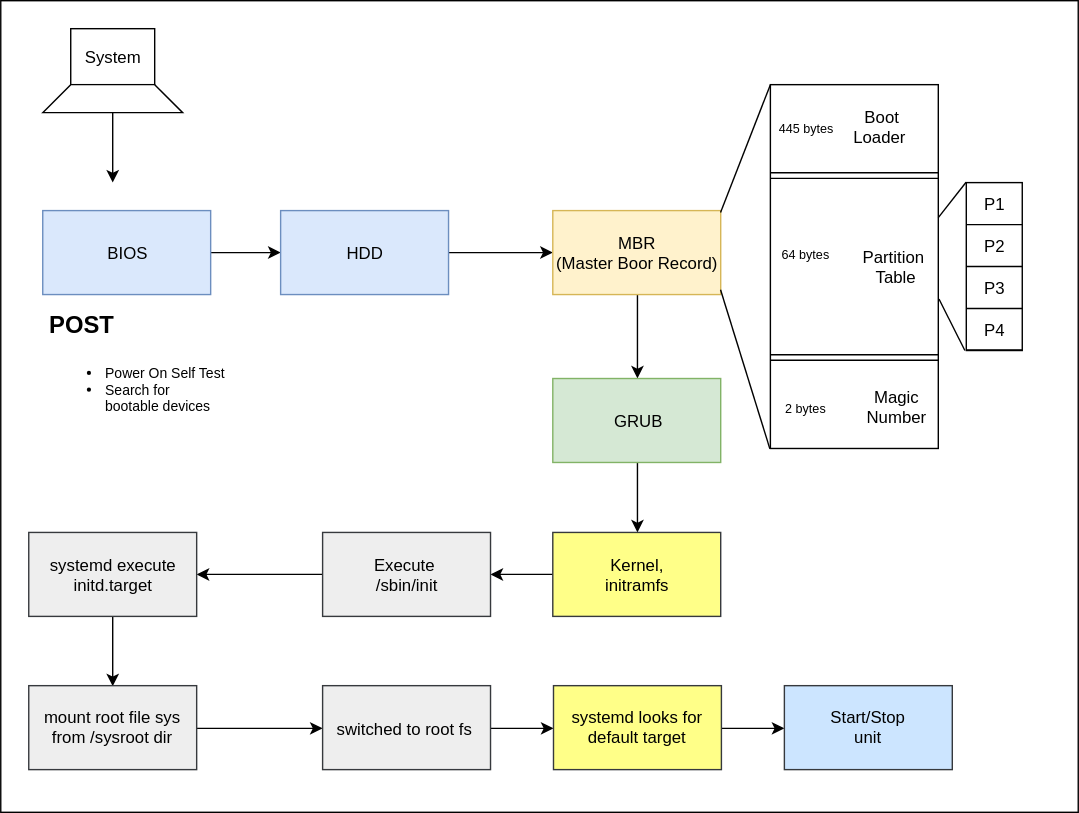
This is src/linux/booting/booting.drawio.svg from ramdevcm/mypreps, a draw.io export, as it was before one commit. Source tidied: cells renumbered, new cells last; positions are measured from the earlier drawing's top-left corner, leaving out a move shared by most shapes. The source it was exported from:
```xml
<mxGraphModel>
  <root>
    <mxCell id="0" />
    <mxCell id="1" parent="0" />
    <mxCell id="2" style="rounded=0;whiteSpace=wrap;html=1;align=center;" parent="1" vertex="1">
      <mxGeometry width="770" height="580" as="geometry" />
    </mxCell>
    <mxCell id="3" style="rounded=0;whiteSpace=wrap;html=1;" parent="1" vertex="1">
      <mxGeometry x="50" y="20" width="60" height="40" as="geometry" />
    </mxCell>
    <mxCell id="4" style="edgeStyle=orthogonalEdgeStyle;rounded=0;jettySize=auto;html=1;" parent="1" edge="1" source="5">
      <mxGeometry relative="1" as="geometry">
        <mxPoint x="80" y="130" as="targetPoint" />
      </mxGeometry>
    </mxCell>
    <mxCell id="5" style="shape=trapezoid;perimeter=trapezoidPerimeter;whiteSpace=wrap;html=1;" parent="1" vertex="1">
      <mxGeometry x="30" y="60" width="100" height="20" as="geometry" />
    </mxCell>
    <mxCell id="6" style="edgeStyle=orthogonalEdgeStyle;rounded=0;jettySize=auto;html=1;entryX=0;entryY=0.5;entryDx=0;entryDy=0;" parent="1" edge="1" source="7" target="10">
      <mxGeometry relative="1" as="geometry" />
    </mxCell>
    <mxCell id="7" value="BIOS" style="rounded=0;whiteSpace=wrap;html=1;fillColor=#dae8fc;strokeColor=#6c8ebf;" parent="1" vertex="1">
      <mxGeometry x="30" y="150" width="120" height="60" as="geometry" />
    </mxCell>
    <mxCell id="8" value="&lt;h1&gt;&lt;font style=&quot;font-size: 17px&quot;&gt;POST&lt;/font&gt;&lt;/h1&gt;&lt;div style=&quot;font-size: 10px&quot;&gt;&lt;ul&gt;&lt;li&gt;&lt;div&gt;Power On Self Test&lt;/div&gt;&lt;div&gt;&lt;/div&gt;&lt;/li&gt;&lt;li&gt;&lt;div&gt;Search for bootable&lt;span&gt;&amp;nbsp;devices&lt;/span&gt;&lt;/div&gt;&lt;/li&gt;&lt;/ul&gt;&lt;/div&gt;" style="text;html=1;strokeColor=none;fillColor=none;spacing=5;spacingTop=-20;whiteSpace=wrap;overflow=hidden;rounded=0;" parent="1" vertex="1">
      <mxGeometry x="30" y="210" width="140" height="120" as="geometry" />
    </mxCell>
    <mxCell id="9" style="edgeStyle=orthogonalEdgeStyle;rounded=0;jettySize=auto;html=1;" parent="1" edge="1" source="10" target="12">
      <mxGeometry relative="1" as="geometry" />
    </mxCell>
    <mxCell id="10" value="HDD" style="rounded=0;whiteSpace=wrap;html=1;fillColor=#dae8fc;strokeColor=#6c8ebf;" parent="1" vertex="1">
      <mxGeometry x="200" y="150" width="120" height="60" as="geometry" />
    </mxCell>
    <mxCell id="11" style="edgeStyle=orthogonalEdgeStyle;rounded=0;jettySize=auto;html=1;entryX=0.5;entryY=0;entryDx=0;entryDy=0;" parent="1" edge="1" source="12" target="23">
      <mxGeometry relative="1" as="geometry" />
    </mxCell>
    <mxCell id="12" value="MBR&lt;br&gt;(Master Boor Record)" style="rounded=0;whiteSpace=wrap;html=1;fillColor=#fff2cc;strokeColor=#d6b656;" parent="1" vertex="1">
      <mxGeometry x="394.5" y="150" width="120" height="60" as="geometry" />
    </mxCell>
    <mxCell id="13" style="rounded=0;whiteSpace=wrap;html=1;" parent="1" vertex="1">
      <mxGeometry x="550" y="60" width="120" height="260" as="geometry" />
    </mxCell>
    <mxCell id="14" style="shape=link;html=1;entryX=1;entryY=0.25;entryDx=0;entryDy=0;exitX=0;exitY=0.25;exitDx=0;exitDy=0;" parent="1" edge="1" source="13" target="13">
      <mxGeometry relative="1" as="geometry" />
    </mxCell>
    <mxCell id="15" value="Boot Loader&amp;nbsp;" style="text;html=1;strokeColor=none;fillColor=none;align=center;verticalAlign=middle;whiteSpace=wrap;rounded=0;" parent="1" vertex="1">
      <mxGeometry x="610" y="80" width="40" height="20" as="geometry" />
    </mxCell>
    <mxCell id="16" style="shape=link;html=1;entryX=1;entryY=0.75;entryDx=0;entryDy=0;exitX=0;exitY=0.75;exitDx=0;exitDy=0;" parent="1" edge="1" source="13" target="13">
      <mxGeometry relative="1" as="geometry" />
    </mxCell>
    <mxCell id="17" value="Partition&amp;nbsp;&lt;br&gt;Table" style="text;html=1;strokeColor=none;fillColor=none;align=center;verticalAlign=middle;whiteSpace=wrap;rounded=0;" parent="1" vertex="1">
      <mxGeometry x="620" y="180" width="40" height="20" as="geometry" />
    </mxCell>
    <mxCell id="18" value="&lt;font style=&quot;font-size: 9px&quot;&gt;445 &lt;/font&gt;&lt;font style=&quot;font-size: 9px&quot;&gt;bytes&lt;/font&gt;" style="text;html=1;strokeColor=none;fillColor=none;align=center;verticalAlign=middle;whiteSpace=wrap;rounded=0;" parent="1" vertex="1">
      <mxGeometry x="550" y="80" width="50" height="20" as="geometry" />
    </mxCell>
    <mxCell id="19" value="&lt;font style=&quot;font-size: 9px&quot;&gt;64&amp;nbsp;&lt;/font&gt;&lt;font style=&quot;font-size: 9px&quot;&gt;bytes&lt;/font&gt;" style="text;html=1;strokeColor=none;fillColor=none;align=center;verticalAlign=middle;whiteSpace=wrap;rounded=0;" parent="1" vertex="1">
      <mxGeometry x="550" y="170" width="50" height="20" as="geometry" />
    </mxCell>
    <mxCell id="20" value="&lt;font style=&quot;font-size: 9px&quot;&gt;2&amp;nbsp;&lt;/font&gt;&lt;font style=&quot;font-size: 9px&quot;&gt;bytes&lt;/font&gt;" style="text;html=1;strokeColor=none;fillColor=none;align=center;verticalAlign=middle;whiteSpace=wrap;rounded=0;" parent="1" vertex="1">
      <mxGeometry x="550" y="280" width="50" height="20" as="geometry" />
    </mxCell>
    <mxCell id="21" value="Magic Number" style="text;html=1;strokeColor=none;fillColor=none;align=center;verticalAlign=middle;whiteSpace=wrap;rounded=0;" parent="1" vertex="1">
      <mxGeometry x="620" y="280" width="40" height="20" as="geometry" />
    </mxCell>
    <mxCell id="22" style="edgeStyle=orthogonalEdgeStyle;rounded=0;jettySize=auto;html=1;entryX=0.5;entryY=0;entryDx=0;entryDy=0;" parent="1" edge="1" source="23" target="25">
      <mxGeometry relative="1" as="geometry" />
    </mxCell>
    <mxCell id="23" value="GRUB" style="rounded=0;whiteSpace=wrap;html=1;fillColor=#d5e8d4;strokeColor=#82b366;" parent="1" vertex="1">
      <mxGeometry x="394.5" y="270" width="120" height="60" as="geometry" />
    </mxCell>
    <mxCell id="24" style="edgeStyle=orthogonalEdgeStyle;rounded=0;jettySize=auto;html=1;exitX=0;exitY=0.5;exitDx=0;exitDy=0;entryX=1;entryY=0.5;entryDx=0;entryDy=0;" parent="1" edge="1" source="25" target="27">
      <mxGeometry relative="1" as="geometry" />
    </mxCell>
    <mxCell id="25" value="Kernel,&lt;br&gt;initramfs" style="rounded=0;whiteSpace=wrap;html=1;fillColor=#ffff88;strokeColor=#36393d;" parent="1" vertex="1">
      <mxGeometry x="394.5" y="380" width="120" height="60" as="geometry" />
    </mxCell>
    <mxCell id="26" style="edgeStyle=orthogonalEdgeStyle;rounded=0;jettySize=auto;html=1;entryX=1;entryY=0.5;entryDx=0;entryDy=0;" parent="1" edge="1" source="27" target="29">
      <mxGeometry relative="1" as="geometry" />
    </mxCell>
    <mxCell id="27" value="Execute&amp;nbsp;&lt;br&gt;/sbin/init" style="rounded=0;whiteSpace=wrap;html=1;fillColor=#eeeeee;strokeColor=#36393d;" parent="1" vertex="1">
      <mxGeometry x="230" y="380" width="120" height="60" as="geometry" />
    </mxCell>
    <mxCell id="28" style="edgeStyle=orthogonalEdgeStyle;rounded=0;jettySize=auto;html=1;entryX=0.5;entryY=0;entryDx=0;entryDy=0;" parent="1" edge="1" source="29" target="31">
      <mxGeometry relative="1" as="geometry" />
    </mxCell>
    <mxCell id="29" value="systemd execute&lt;br&gt;initd.target" style="rounded=0;whiteSpace=wrap;html=1;fillColor=#eeeeee;strokeColor=#36393d;" parent="1" vertex="1">
      <mxGeometry x="20" y="380" width="120" height="60" as="geometry" />
    </mxCell>
    <mxCell id="30" style="edgeStyle=orthogonalEdgeStyle;rounded=0;jettySize=auto;html=1;entryX=0;entryY=0.5;entryDx=0;entryDy=0;" parent="1" edge="1" source="31" target="33">
      <mxGeometry relative="1" as="geometry" />
    </mxCell>
    <mxCell id="31" value="mount root file sys from /sysroot dir" style="rounded=0;whiteSpace=wrap;html=1;fillColor=#eeeeee;strokeColor=#36393d;" parent="1" vertex="1">
      <mxGeometry x="20" y="489.5" width="120" height="60" as="geometry" />
    </mxCell>
    <mxCell id="32" style="edgeStyle=orthogonalEdgeStyle;rounded=0;jettySize=auto;html=1;exitX=1;exitY=0.5;exitDx=0;exitDy=0;entryX=0;entryY=0.5;entryDx=0;entryDy=0;" parent="1" edge="1" source="33" target="35">
      <mxGeometry relative="1" as="geometry" />
    </mxCell>
    <mxCell id="33" value="switched to root fs&amp;nbsp;" style="rounded=0;whiteSpace=wrap;html=1;fillColor=#eeeeee;strokeColor=#36393d;" parent="1" vertex="1">
      <mxGeometry x="230" y="489.5" width="120" height="60" as="geometry" />
    </mxCell>
    <mxCell id="34" style="edgeStyle=orthogonalEdgeStyle;rounded=0;jettySize=auto;html=1;entryX=0;entryY=0.5;entryDx=0;entryDy=0;" parent="1" edge="1" source="35" target="36">
      <mxGeometry relative="1" as="geometry" />
    </mxCell>
    <mxCell id="35" value="systemd looks for default target" style="rounded=0;whiteSpace=wrap;html=1;fillColor=#ffff88;strokeColor=#36393d;" parent="1" vertex="1">
      <mxGeometry x="395" y="489.5" width="120" height="60" as="geometry" />
    </mxCell>
    <mxCell id="36" value="Start/Stop&lt;br&gt;unit" style="rounded=0;whiteSpace=wrap;html=1;align=center;fillColor=#cce5ff;strokeColor=#36393d;" parent="1" vertex="1">
      <mxGeometry x="560" y="489.5" width="120" height="60" as="geometry" />
    </mxCell>
    <mxCell id="37" style="rounded=0;whiteSpace=wrap;html=1;align=center;" parent="1" vertex="1">
      <mxGeometry x="690" y="130" width="40" height="120" as="geometry" />
    </mxCell>
    <mxCell id="38" value="P1" style="text;html=1;strokeColor=none;fillColor=none;align=center;verticalAlign=middle;whiteSpace=wrap;rounded=0;" parent="1" vertex="1">
      <mxGeometry x="690" y="130" width="40" height="30" as="geometry" />
    </mxCell>
    <mxCell id="39" style="endArrow=none;html=1;exitX=0;exitY=0.25;exitDx=0;exitDy=0;entryX=1;entryY=0.25;entryDx=0;entryDy=0;" parent="1" edge="1" source="37" target="37">
      <mxGeometry relative="1" as="geometry">
        <Array as="points">
          <mxPoint x="710" y="160" />
        </Array>
      </mxGeometry>
    </mxCell>
    <mxCell id="40" value="P2" style="text;html=1;strokeColor=none;fillColor=none;align=center;verticalAlign=middle;whiteSpace=wrap;rounded=0;" parent="1" vertex="1">
      <mxGeometry x="690" y="160" width="40" height="30" as="geometry" />
    </mxCell>
    <mxCell id="41" style="endArrow=none;html=1;exitX=0;exitY=0.25;exitDx=0;exitDy=0;entryX=1;entryY=0.25;entryDx=0;entryDy=0;" parent="1" edge="1">
      <mxGeometry relative="1" as="geometry">
        <mxPoint x="690" y="190" as="sourcePoint" />
        <mxPoint x="730" y="190" as="targetPoint" />
        <Array as="points">
          <mxPoint x="710" y="190" />
        </Array>
      </mxGeometry>
    </mxCell>
    <mxCell id="42" value="P3" style="text;html=1;strokeColor=none;fillColor=none;align=center;verticalAlign=middle;whiteSpace=wrap;rounded=0;" parent="1" vertex="1">
      <mxGeometry x="690" y="190" width="40" height="30" as="geometry" />
    </mxCell>
    <mxCell id="43" style="endArrow=none;html=1;exitX=0;exitY=0.25;exitDx=0;exitDy=0;entryX=1;entryY=0.25;entryDx=0;entryDy=0;" parent="1" edge="1">
      <mxGeometry relative="1" as="geometry">
        <mxPoint x="690" y="220" as="sourcePoint" />
        <mxPoint x="730" y="220" as="targetPoint" />
        <Array as="points">
          <mxPoint x="710" y="220" />
        </Array>
      </mxGeometry>
    </mxCell>
    <mxCell id="44" value="P4" style="text;html=1;strokeColor=none;fillColor=none;align=center;verticalAlign=middle;whiteSpace=wrap;rounded=0;" parent="1" vertex="1">
      <mxGeometry x="690" y="219.5" width="40" height="30" as="geometry" />
    </mxCell>
    <mxCell id="45" style="endArrow=none;html=1;exitX=0;exitY=0.25;exitDx=0;exitDy=0;entryX=1;entryY=0.25;entryDx=0;entryDy=0;" parent="1" edge="1">
      <mxGeometry relative="1" as="geometry">
        <mxPoint x="690" y="249.5" as="sourcePoint" />
        <mxPoint x="730" y="249.5" as="targetPoint" />
        <Array as="points">
          <mxPoint x="710" y="249.5" />
        </Array>
      </mxGeometry>
    </mxCell>
    <mxCell id="46" style="endArrow=none;html=1;entryX=-0.004;entryY=-0.009;entryDx=0;entryDy=0;entryPerimeter=0;" parent="1" edge="1" target="38">
      <mxGeometry relative="1" as="geometry">
        <mxPoint x="670" y="155" as="sourcePoint" />
      </mxGeometry>
    </mxCell>
    <mxCell id="47" style="endArrow=none;html=1;exitX=1.004;exitY=0.589;exitDx=0;exitDy=0;exitPerimeter=0;" parent="1" edge="1" source="13">
      <mxGeometry relative="1" as="geometry">
        <mxPoint x="689" y="250" as="targetPoint" />
      </mxGeometry>
    </mxCell>
    <mxCell id="48" style="endArrow=none;html=1;exitX=0.999;exitY=0.023;exitDx=0;exitDy=0;exitPerimeter=0;" parent="1" edge="1" source="12">
      <mxGeometry relative="1" as="geometry">
        <mxPoint x="550" y="60" as="targetPoint" />
      </mxGeometry>
    </mxCell>
    <mxCell id="49" style="endArrow=none;html=1;entryX=0.999;entryY=0.943;entryDx=0;entryDy=0;entryPerimeter=0;exitX=-0.003;exitY=1.001;exitDx=0;exitDy=0;exitPerimeter=0;" parent="1" edge="1" source="13" target="12">
      <mxGeometry relative="1" as="geometry" />
    </mxCell>
    <mxCell id="50" value="System" style="text;html=1;strokeColor=none;fillColor=none;align=center;verticalAlign=middle;whiteSpace=wrap;rounded=0;" parent="1" vertex="1">
      <mxGeometry x="60" y="30" width="40" height="20" as="geometry" />
    </mxCell>
  </root>
</mxGraphModel>
```
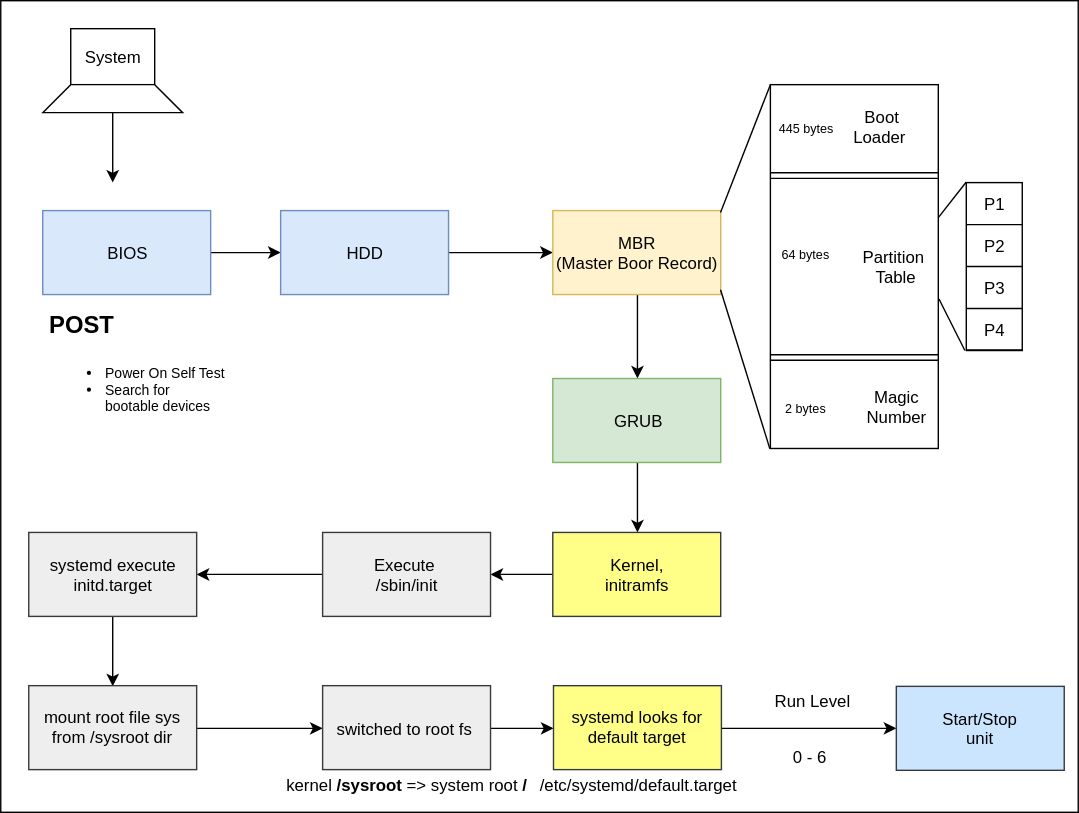
The same diagram one commit later.

The edit, as a diff of the source:
```diff
@@ -107,7 +107,7 @@
       <mxGeometry x="395" y="489.5" width="120" height="60" as="geometry" />
     </mxCell>
     <mxCell id="36" value="Start/Stop&lt;br&gt;unit" style="rounded=0;whiteSpace=wrap;html=1;align=center;fillColor=#cce5ff;strokeColor=#36393d;" parent="1" vertex="1">
-      <mxGeometry x="560" y="489.5" width="120" height="60" as="geometry" />
+      <mxGeometry x="640" y="490" width="120" height="60" as="geometry" />
     </mxCell>
     <mxCell id="37" style="rounded=0;whiteSpace=wrap;html=1;align=center;" parent="1" vertex="1">
       <mxGeometry x="690" y="130" width="40" height="120" as="geometry" />
@@ -179,5 +179,17 @@
     <mxCell id="50" value="System" style="text;html=1;strokeColor=none;fillColor=none;align=center;verticalAlign=middle;whiteSpace=wrap;rounded=0;" parent="1" vertex="1">
       <mxGeometry x="60" y="30" width="40" height="20" as="geometry" />
     </mxCell>
+    <mxCell id="51" value="Run Level" style="text;html=1;strokeColor=none;fillColor=none;align=center;verticalAlign=middle;whiteSpace=wrap;rounded=0;" parent="1" vertex="1">
+      <mxGeometry x="550" y="490" width="60" height="20" as="geometry" />
+    </mxCell>
+    <mxCell id="52" value="/etc/systemd/default.target" style="text;html=1;strokeColor=none;fillColor=none;align=center;verticalAlign=middle;whiteSpace=wrap;rounded=0;" parent="1" vertex="1">
+      <mxGeometry x="435" y="550" width="40" height="20" as="geometry" />
+    </mxCell>
+    <mxCell id="53" value="kernel &lt;b&gt;/sysroot&lt;/b&gt; =&amp;gt; system root &lt;b&gt;/&lt;/b&gt;" style="text;html=1;strokeColor=none;fillColor=none;align=center;verticalAlign=middle;whiteSpace=wrap;rounded=0;" parent="1" vertex="1">
+      <mxGeometry x="200" y="549.5" width="180" height="20" as="geometry" />
+    </mxCell>
+    <mxCell id="54" value="0 - 6" style="text;html=1;strokeColor=none;fillColor=none;align=center;verticalAlign=middle;whiteSpace=wrap;rounded=0;" parent="1" vertex="1">
+      <mxGeometry x="557.5" y="529.5" width="40" height="20" as="geometry" />
+    </mxCell>
   </root>
 </mxGraphModel>
```
